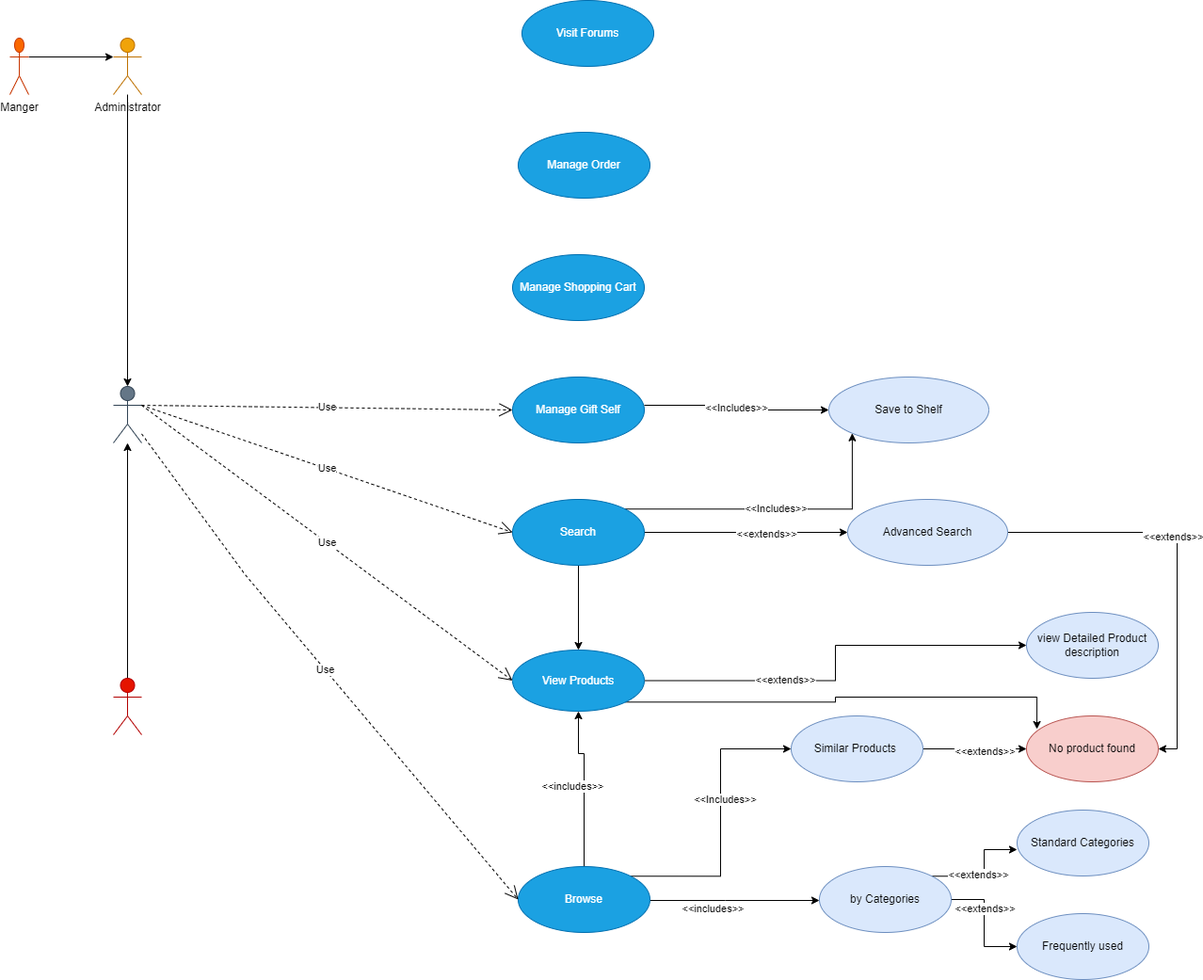
Earlier version of the draw.io export Gift and Stationary shop usecase diagram.drawio.png (Swaraj-Bharti/softwarearchitectcert). Source tidied: cells renumbered, new cells last; positions are measured from the earlier drawing's top-left corner, leaving out a move shared by most shapes. Source of this version:
```xml
<mxGraphModel>
  <root>
    <mxCell id="0" />
    <mxCell id="1" parent="0" />
    <mxCell id="2" value="User&lt;br&gt;" style="shape=umlActor;verticalLabelPosition=bottom;verticalAlign=top;html=1;fillColor=#647687;fontColor=#ffffff;strokeColor=#314354;" parent="1" vertex="1">
      <mxGeometry x="110" y="410" width="30" height="60" as="geometry" />
    </mxCell>
    <mxCell id="3" style="edgeStyle=orthogonalEdgeStyle;rounded=0;jettySize=auto;html=1;" parent="1" edge="1" source="4" target="2">
      <mxGeometry relative="1" as="geometry" />
    </mxCell>
    <mxCell id="4" value="Customer&lt;br&gt;" style="shape=umlActor;verticalLabelPosition=bottom;verticalAlign=top;html=1;fillColor=#e51400;fontColor=#ffffff;strokeColor=#B20000;" parent="1" vertex="1">
      <mxGeometry x="110" y="720" width="30" height="60" as="geometry" />
    </mxCell>
    <mxCell id="5" style="edgeStyle=orthogonalEdgeStyle;rounded=0;jettySize=auto;html=1;entryX=0.5;entryY=0;entryDx=0;entryDy=0;entryPerimeter=0;" parent="1" edge="1" source="6" target="2">
      <mxGeometry relative="1" as="geometry" />
    </mxCell>
    <mxCell id="6" value="Administrator" style="shape=umlActor;verticalLabelPosition=bottom;verticalAlign=top;html=1;fillColor=#f0a30a;fontColor=#000000;strokeColor=#BD7000;" parent="1" vertex="1">
      <mxGeometry x="110" y="40" width="30" height="60" as="geometry" />
    </mxCell>
    <mxCell id="7" style="edgeStyle=orthogonalEdgeStyle;rounded=0;jettySize=auto;html=1;exitX=1;exitY=0.3333333333333333;exitDx=0;exitDy=0;exitPerimeter=0;entryX=0;entryY=0.3333333333333333;entryDx=0;entryDy=0;entryPerimeter=0;" parent="1" edge="1" source="8" target="6">
      <mxGeometry relative="1" as="geometry" />
    </mxCell>
    <mxCell id="8" value="Manger&lt;br&gt;" style="shape=umlActor;verticalLabelPosition=bottom;verticalAlign=top;html=1;fillColor=#fa6800;fontColor=#000000;strokeColor=#C73500;" parent="1" vertex="1">
      <mxGeometry y="40" width="20" height="60" as="geometry" />
    </mxCell>
    <mxCell id="9" style="edgeStyle=orthogonalEdgeStyle;rounded=0;orthogonalLoop=1;jettySize=auto;html=1;exitX=1;exitY=0.5;exitDx=0;exitDy=0;entryX=0;entryY=0.5;entryDx=0;entryDy=0;" parent="1" edge="1">
      <mxGeometry relative="1" as="geometry">
        <mxPoint x="680" y="956" as="sourcePoint" />
        <mxPoint x="860" y="956" as="targetPoint" />
        <Array as="points">
          <mxPoint x="760" y="956" />
          <mxPoint x="760" y="956" />
        </Array>
      </mxGeometry>
    </mxCell>
    <mxCell id="10" value="&amp;lt;&amp;lt;includes&amp;gt;&amp;gt;" style="edgeLabel;html=1;align=center;verticalAlign=middle;" parent="9" vertex="1">
      <mxGeometry x="-0.27" y="-1" relative="1" as="geometry">
        <mxPoint y="7" as="offset" />
      </mxGeometry>
    </mxCell>
    <mxCell id="11" style="edgeStyle=orthogonalEdgeStyle;rounded=0;jettySize=auto;html=1;exitX=1;exitY=0;exitDx=0;exitDy=0;entryX=0;entryY=0.5;entryDx=0;entryDy=0;" parent="1" edge="1" source="15" target="24">
      <mxGeometry relative="1" as="geometry" />
    </mxCell>
    <mxCell id="12" value="&amp;lt;&amp;lt;Includes&amp;gt;&amp;gt;" style="edgeLabel;html=1;align=center;verticalAlign=middle;" parent="11" vertex="1">
      <mxGeometry x="0.16" y="-4" relative="1" as="geometry" />
    </mxCell>
    <mxCell id="13" style="edgeStyle=orthogonalEdgeStyle;rounded=0;jettySize=auto;html=1;exitX=0.5;exitY=0;exitDx=0;exitDy=0;entryX=0.5;entryY=1;entryDx=0;entryDy=0;" parent="1" edge="1" source="15" target="33">
      <mxGeometry relative="1" as="geometry">
        <Array as="points">
          <mxPoint x="610" y="800" />
          <mxPoint x="604" y="800" />
        </Array>
      </mxGeometry>
    </mxCell>
    <mxCell id="14" value="&amp;lt;&amp;lt;includes&amp;gt;&amp;gt;" style="edgeLabel;html=1;align=center;verticalAlign=middle;" parent="13" vertex="1">
      <mxGeometry x="0.18" y="-5" relative="1" as="geometry">
        <mxPoint x="-18" y="15" as="offset" />
      </mxGeometry>
    </mxCell>
    <mxCell id="15" value="Browse" style="ellipse;whiteSpace=wrap;html=1;fillColor=#1ba1e2;strokeColor=#006EAF;fontColor=#ffffff;" parent="1" vertex="1">
      <mxGeometry x="540" y="920" width="140" height="70" as="geometry" />
    </mxCell>
    <mxCell id="16" value="Use" style="endArrow=open;endSize=12;dashed=1;html=1;rounded=0;entryX=0;entryY=0.5;entryDx=0;entryDy=0;" parent="1" edge="1" source="2" target="15">
      <mxGeometry relative="1" as="geometry">
        <Array as="points">
          <mxPoint x="250" y="610" />
        </Array>
      </mxGeometry>
    </mxCell>
    <mxCell id="17" style="edgeStyle=orthogonalEdgeStyle;rounded=0;jettySize=auto;html=1;" parent="1" edge="1" source="21" target="25">
      <mxGeometry relative="1" as="geometry" />
    </mxCell>
    <mxCell id="18" value="&amp;lt;&amp;lt;extends&amp;gt;&amp;gt;" style="edgeLabel;html=1;align=center;verticalAlign=middle;" parent="17" vertex="1">
      <mxGeometry x="-0.26" relative="1" as="geometry" />
    </mxCell>
    <mxCell id="19" style="edgeStyle=orthogonalEdgeStyle;rounded=0;jettySize=auto;html=1;exitX=1;exitY=0;exitDx=0;exitDy=0;entryX=0;entryY=0.6;entryDx=0;entryDy=0;entryPerimeter=0;" parent="1" edge="1" source="21" target="26">
      <mxGeometry relative="1" as="geometry" />
    </mxCell>
    <mxCell id="20" value="&amp;lt;&amp;lt;extends&amp;gt;&amp;gt;" style="edgeLabel;html=1;align=center;verticalAlign=middle;" parent="19" vertex="1">
      <mxGeometry x="-0.17" y="2" relative="1" as="geometry" />
    </mxCell>
    <mxCell id="21" value="by Categories" style="ellipse;whiteSpace=wrap;html=1;fillColor=#dae8fc;strokeColor=#6c8ebf;" parent="1" vertex="1">
      <mxGeometry x="860" y="920" width="140" height="70" as="geometry" />
    </mxCell>
    <mxCell id="22" style="edgeStyle=orthogonalEdgeStyle;rounded=0;jettySize=auto;html=1;" parent="1" edge="1" source="24" target="27">
      <mxGeometry relative="1" as="geometry" />
    </mxCell>
    <mxCell id="23" value="&amp;lt;&amp;lt;extends&amp;gt;&amp;gt;" style="edgeLabel;html=1;align=center;verticalAlign=middle;" parent="22" vertex="1">
      <mxGeometry x="0.17" y="-2" relative="1" as="geometry" />
    </mxCell>
    <mxCell id="24" value="Similar Products&amp;nbsp;" style="ellipse;whiteSpace=wrap;html=1;fillColor=#dae8fc;strokeColor=#6c8ebf;" parent="1" vertex="1">
      <mxGeometry x="830" y="760" width="140" height="70" as="geometry" />
    </mxCell>
    <mxCell id="25" value="Frequently used" style="ellipse;whiteSpace=wrap;html=1;fillColor=#dae8fc;strokeColor=#6c8ebf;" parent="1" vertex="1">
      <mxGeometry x="1070" y="970" width="140" height="70" as="geometry" />
    </mxCell>
    <mxCell id="26" value="Standard Categories" style="ellipse;whiteSpace=wrap;html=1;fillColor=#dae8fc;strokeColor=#6c8ebf;" parent="1" vertex="1">
      <mxGeometry x="1070" y="860" width="140" height="70" as="geometry" />
    </mxCell>
    <mxCell id="27" value="No product found" style="ellipse;whiteSpace=wrap;html=1;fillColor=#f8cecc;strokeColor=#b85450;" parent="1" vertex="1">
      <mxGeometry x="1080" y="760" width="140" height="70" as="geometry" />
    </mxCell>
    <mxCell id="28" style="edgeStyle=orthogonalEdgeStyle;rounded=0;jettySize=auto;html=1;" parent="1" edge="1" source="33" target="31">
      <mxGeometry relative="1" as="geometry" />
    </mxCell>
    <mxCell id="29" value="&amp;lt;&amp;lt;extends&amp;gt;&amp;gt;" style="edgeLabel;html=1;align=center;verticalAlign=middle;" parent="28" vertex="1">
      <mxGeometry x="-0.33" y="1" relative="1" as="geometry" />
    </mxCell>
    <mxCell id="30" style="edgeStyle=orthogonalEdgeStyle;rounded=0;jettySize=auto;html=1;entryX=0.079;entryY=0.2;entryDx=0;entryDy=0;entryPerimeter=0;exitX=1;exitY=1;exitDx=0;exitDy=0;" parent="1" edge="1" source="33" target="27">
      <mxGeometry relative="1" as="geometry" />
    </mxCell>
    <mxCell id="31" value="view Detailed Product description" style="ellipse;whiteSpace=wrap;html=1;fillColor=#dae8fc;strokeColor=#6c8ebf;" parent="1" vertex="1">
      <mxGeometry x="1080" y="650" width="140" height="70" as="geometry" />
    </mxCell>
    <mxCell id="32" value="Use" style="endArrow=open;endSize=12;dashed=1;html=1;rounded=0;exitX=1;exitY=0.3333333333333333;exitDx=0;exitDy=0;exitPerimeter=0;entryX=0;entryY=0.5;entryDx=0;entryDy=0;" parent="1" edge="1" source="2" target="33">
      <mxGeometry relative="1" as="geometry" />
    </mxCell>
    <mxCell id="33" value="View Products" style="ellipse;whiteSpace=wrap;html=1;fillColor=#1ba1e2;strokeColor=#006EAF;fontColor=#ffffff;" parent="1" vertex="1">
      <mxGeometry x="534" y="690" width="140" height="65" as="geometry" />
    </mxCell>
    <mxCell id="34" style="edgeStyle=orthogonalEdgeStyle;rounded=0;jettySize=auto;html=1;" parent="1" edge="1" source="38" target="42">
      <mxGeometry relative="1" as="geometry" />
    </mxCell>
    <mxCell id="35" value="&amp;lt;&amp;lt;extends&amp;gt;&amp;gt;" style="edgeLabel;html=1;align=center;verticalAlign=middle;" parent="34" vertex="1">
      <mxGeometry x="0.19" y="-1" relative="1" as="geometry" />
    </mxCell>
    <mxCell id="36" style="edgeStyle=orthogonalEdgeStyle;rounded=0;jettySize=auto;html=1;entryX=0.5;entryY=0;entryDx=0;entryDy=0;" parent="1" edge="1" source="38" target="33">
      <mxGeometry relative="1" as="geometry" />
    </mxCell>
    <mxCell id="37" value="&amp;lt;&amp;lt;Includes&amp;gt;&amp;gt;" style="edgeStyle=orthogonalEdgeStyle;rounded=0;jettySize=auto;html=1;exitX=1;exitY=0;exitDx=0;exitDy=0;entryX=0;entryY=1;entryDx=0;entryDy=0;" parent="1" edge="1" source="38" target="48">
      <mxGeometry relative="1" as="geometry" />
    </mxCell>
    <mxCell id="38" value="Search" style="ellipse;whiteSpace=wrap;html=1;fillColor=#1ba1e2;strokeColor=#006EAF;fontColor=#ffffff;" parent="1" vertex="1">
      <mxGeometry x="534" y="530" width="140" height="70" as="geometry" />
    </mxCell>
    <mxCell id="39" value="Use" style="endArrow=open;endSize=12;dashed=1;html=1;rounded=0;entryX=0;entryY=0.5;entryDx=0;entryDy=0;" parent="1" edge="1" target="38">
      <mxGeometry relative="1" as="geometry">
        <mxPoint x="140" y="430" as="sourcePoint" />
      </mxGeometry>
    </mxCell>
    <mxCell id="40" style="edgeStyle=orthogonalEdgeStyle;rounded=0;jettySize=auto;html=1;entryX=1;entryY=0.5;entryDx=0;entryDy=0;" parent="1" edge="1" source="42" target="27">
      <mxGeometry relative="1" as="geometry" />
    </mxCell>
    <mxCell id="41" value="&amp;lt;&amp;lt;extends&amp;gt;&amp;gt;" style="edgeLabel;html=1;align=center;verticalAlign=middle;" parent="40" vertex="1">
      <mxGeometry x="-0.19" y="-4" relative="1" as="geometry" />
    </mxCell>
    <mxCell id="42" value="Advanced Search" style="ellipse;whiteSpace=wrap;html=1;fillColor=#dae8fc;strokeColor=#6c8ebf;" parent="1" vertex="1">
      <mxGeometry x="890" y="530" width="170" height="70" as="geometry" />
    </mxCell>
    <mxCell id="43" value="Manage Gift Self" style="ellipse;whiteSpace=wrap;html=1;fillColor=#1ba1e2;strokeColor=#006EAF;fontColor=#ffffff;" parent="1" vertex="1">
      <mxGeometry x="534" y="400" width="140" height="70" as="geometry" />
    </mxCell>
    <mxCell id="44" value="Use" style="endArrow=open;endSize=12;dashed=1;html=1;rounded=0;entryX=0;entryY=0.5;entryDx=0;entryDy=0;" parent="1" edge="1" target="43">
      <mxGeometry relative="1" as="geometry">
        <mxPoint x="140" y="430" as="sourcePoint" />
      </mxGeometry>
    </mxCell>
    <mxCell id="45" value="Visit Forums" style="ellipse;whiteSpace=wrap;html=1;fillColor=#1ba1e2;strokeColor=#006EAF;fontColor=#ffffff;" parent="1" vertex="1">
      <mxGeometry x="544" width="140" height="70" as="geometry" />
    </mxCell>
    <mxCell id="46" value="Manage Order" style="ellipse;whiteSpace=wrap;html=1;fillColor=#1ba1e2;strokeColor=#006EAF;fontColor=#ffffff;" parent="1" vertex="1">
      <mxGeometry x="540" y="140" width="140" height="70" as="geometry" />
    </mxCell>
    <mxCell id="47" value="Manage Shopping Cart" style="ellipse;whiteSpace=wrap;html=1;fillColor=#1ba1e2;strokeColor=#006EAF;fontColor=#ffffff;" parent="1" vertex="1">
      <mxGeometry x="534" y="270" width="140" height="70" as="geometry" />
    </mxCell>
    <mxCell id="48" value="Save to Shelf" style="ellipse;whiteSpace=wrap;html=1;fillColor=#dae8fc;strokeColor=#6c8ebf;" parent="1" vertex="1">
      <mxGeometry x="870" y="400" width="170" height="70" as="geometry" />
    </mxCell>
    <mxCell id="49" value="&amp;lt;&amp;lt;Includes&amp;gt;&amp;gt;" style="edgeStyle=orthogonalEdgeStyle;rounded=0;jettySize=auto;html=1;exitX=1;exitY=0;exitDx=0;exitDy=0;" parent="1" edge="1" target="48">
      <mxGeometry relative="1" as="geometry">
        <mxPoint x="674" y="430" as="sourcePoint" />
      </mxGeometry>
    </mxCell>
  </root>
</mxGraphModel>
```
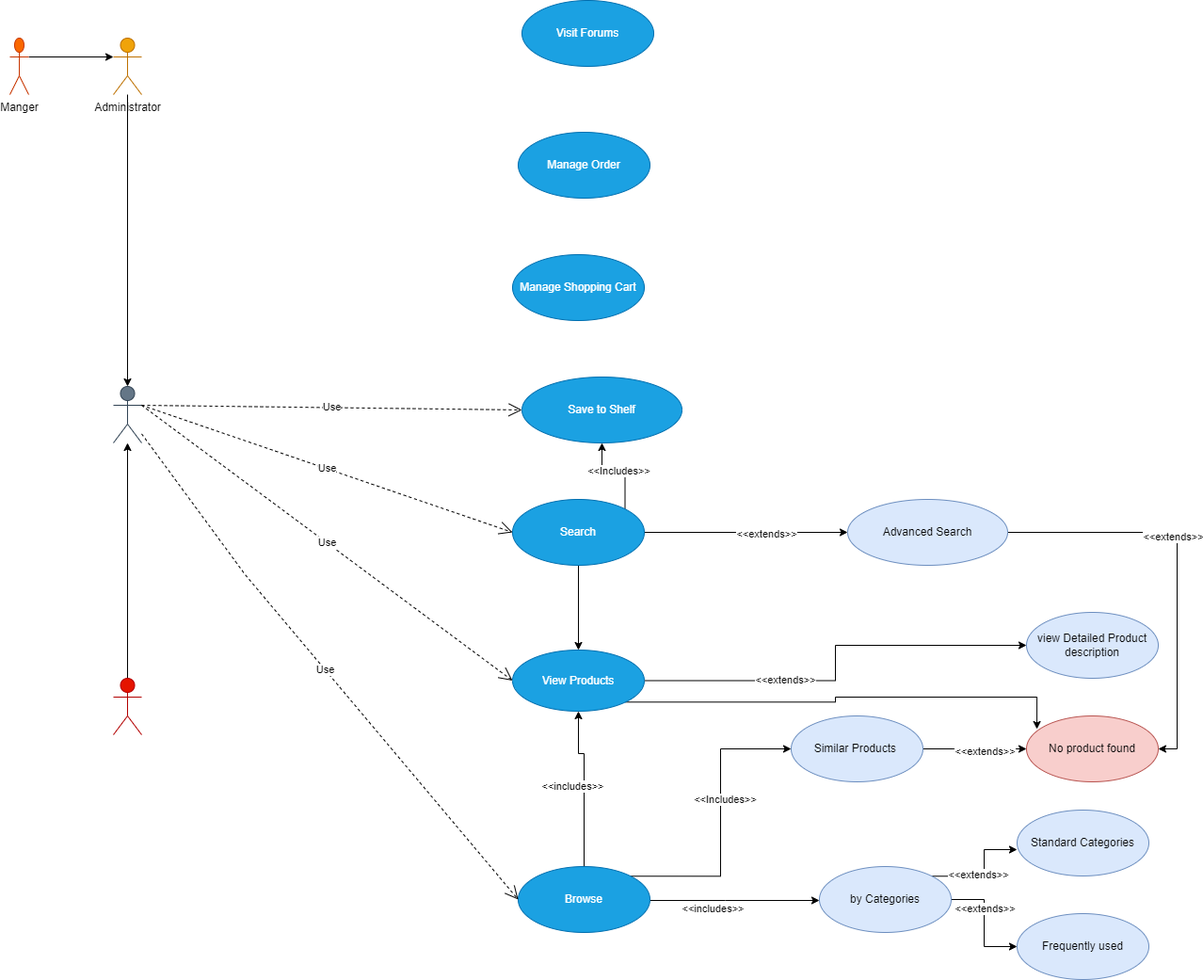
Above is the later version.

Change to the diagram source:
```diff
@@ -127,7 +127,7 @@
     <mxCell id="36" style="edgeStyle=orthogonalEdgeStyle;rounded=0;jettySize=auto;html=1;entryX=0.5;entryY=0;entryDx=0;entryDy=0;" parent="1" edge="1" source="38" target="33">
       <mxGeometry relative="1" as="geometry" />
     </mxCell>
-    <mxCell id="37" value="&amp;lt;&amp;lt;Includes&amp;gt;&amp;gt;" style="edgeStyle=orthogonalEdgeStyle;rounded=0;jettySize=auto;html=1;exitX=1;exitY=0;exitDx=0;exitDy=0;entryX=0;entryY=1;entryDx=0;entryDy=0;" parent="1" edge="1" source="38" target="48">
+    <mxCell id="37" value="&amp;lt;&amp;lt;Includes&amp;gt;&amp;gt;" style="edgeStyle=orthogonalEdgeStyle;rounded=0;jettySize=auto;html=1;exitX=1;exitY=0;exitDx=0;exitDy=0;entryX=0.5;entryY=1;entryDx=0;entryDy=0;" parent="1" edge="1" source="38" target="48">
       <mxGeometry relative="1" as="geometry" />
     </mxCell>
     <mxCell id="38" value="Search" style="ellipse;whiteSpace=wrap;html=1;fillColor=#1ba1e2;strokeColor=#006EAF;fontColor=#ffffff;" parent="1" vertex="1">
@@ -147,10 +147,7 @@
     <mxCell id="42" value="Advanced Search" style="ellipse;whiteSpace=wrap;html=1;fillColor=#dae8fc;strokeColor=#6c8ebf;" parent="1" vertex="1">
       <mxGeometry x="890" y="530" width="170" height="70" as="geometry" />
     </mxCell>
-    <mxCell id="43" value="Manage Gift Self" style="ellipse;whiteSpace=wrap;html=1;fillColor=#1ba1e2;strokeColor=#006EAF;fontColor=#ffffff;" parent="1" vertex="1">
-      <mxGeometry x="534" y="400" width="140" height="70" as="geometry" />
-    </mxCell>
-    <mxCell id="44" value="Use" style="endArrow=open;endSize=12;dashed=1;html=1;rounded=0;entryX=0;entryY=0.5;entryDx=0;entryDy=0;" parent="1" edge="1" target="43">
+    <mxCell id="44" value="Use" style="endArrow=open;endSize=12;dashed=1;html=1;rounded=0;entryX=0;entryY=0.5;entryDx=0;entryDy=0;" parent="1" edge="1" target="48">
       <mxGeometry relative="1" as="geometry">
         <mxPoint x="140" y="430" as="sourcePoint" />
       </mxGeometry>
@@ -164,13 +161,8 @@
     <mxCell id="47" value="Manage Shopping Cart" style="ellipse;whiteSpace=wrap;html=1;fillColor=#1ba1e2;strokeColor=#006EAF;fontColor=#ffffff;" parent="1" vertex="1">
       <mxGeometry x="534" y="270" width="140" height="70" as="geometry" />
     </mxCell>
-    <mxCell id="48" value="Save to Shelf" style="ellipse;whiteSpace=wrap;html=1;fillColor=#dae8fc;strokeColor=#6c8ebf;" parent="1" vertex="1">
-      <mxGeometry x="870" y="400" width="170" height="70" as="geometry" />
+    <mxCell id="48" value="Save to Shelf" style="ellipse;whiteSpace=wrap;html=1;fillColor=#1ba1e2;strokeColor=#006EAF;fontColor=#ffffff;" parent="1" vertex="1">
+      <mxGeometry x="544" y="400" width="170" height="70" as="geometry" />
     </mxCell>
-    <mxCell id="49" value="&amp;lt;&amp;lt;Includes&amp;gt;&amp;gt;" style="edgeStyle=orthogonalEdgeStyle;rounded=0;jettySize=auto;html=1;exitX=1;exitY=0;exitDx=0;exitDy=0;" parent="1" edge="1" target="48">
-      <mxGeometry relative="1" as="geometry">
-        <mxPoint x="674" y="430" as="sourcePoint" />
-      </mxGeometry>
-    </mxCell>
   </root>
 </mxGraphModel>
```
